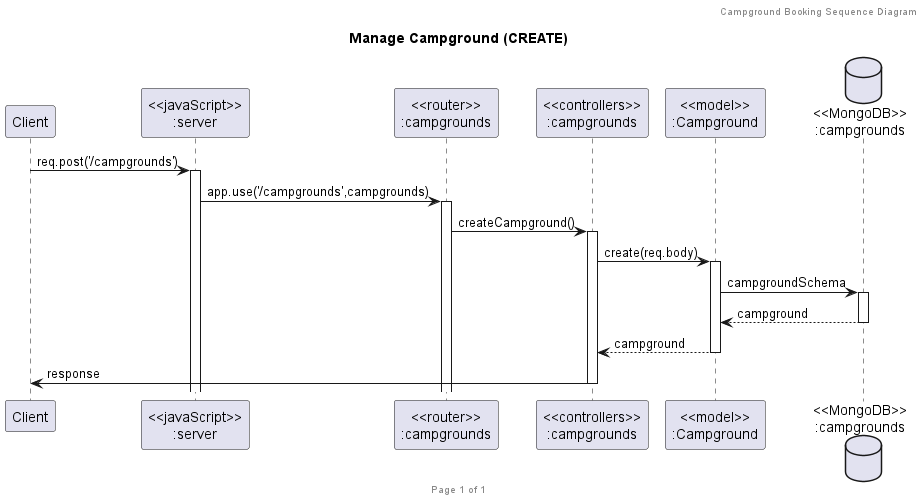
Before: presentation/Sequence_Diagram/Campgrounds/Manage Campground (CREATE).png, a diagram exported from PlantUML (2110503TACEDT66/presentation-day-1-i-am-the-bone-of-my-sources).
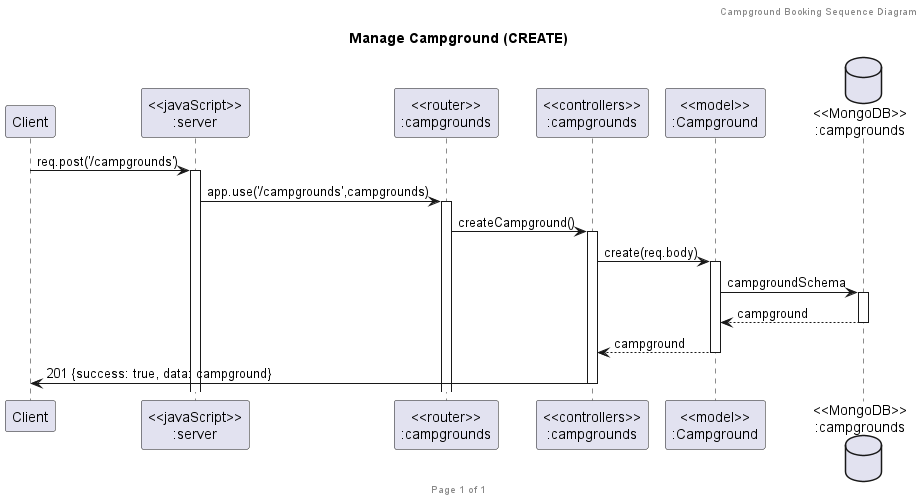
The same file after the commit.

Commit message:
Alt response of campground sequence diagram

Diff of the diagram source:
```diff
@@ -18,6 +18,6 @@
 modelCampground ->CampgroundsDatabase ++: campgroundSchema
 CampgroundsDatabase --> modelCampground --: campground
 controllersCampgrounds <-- modelCampground --:campground
-controllersCampgrounds->client --:response
+controllersCampgrounds->client --:201 {success: true, data: campground}
 
 @enduml
```
